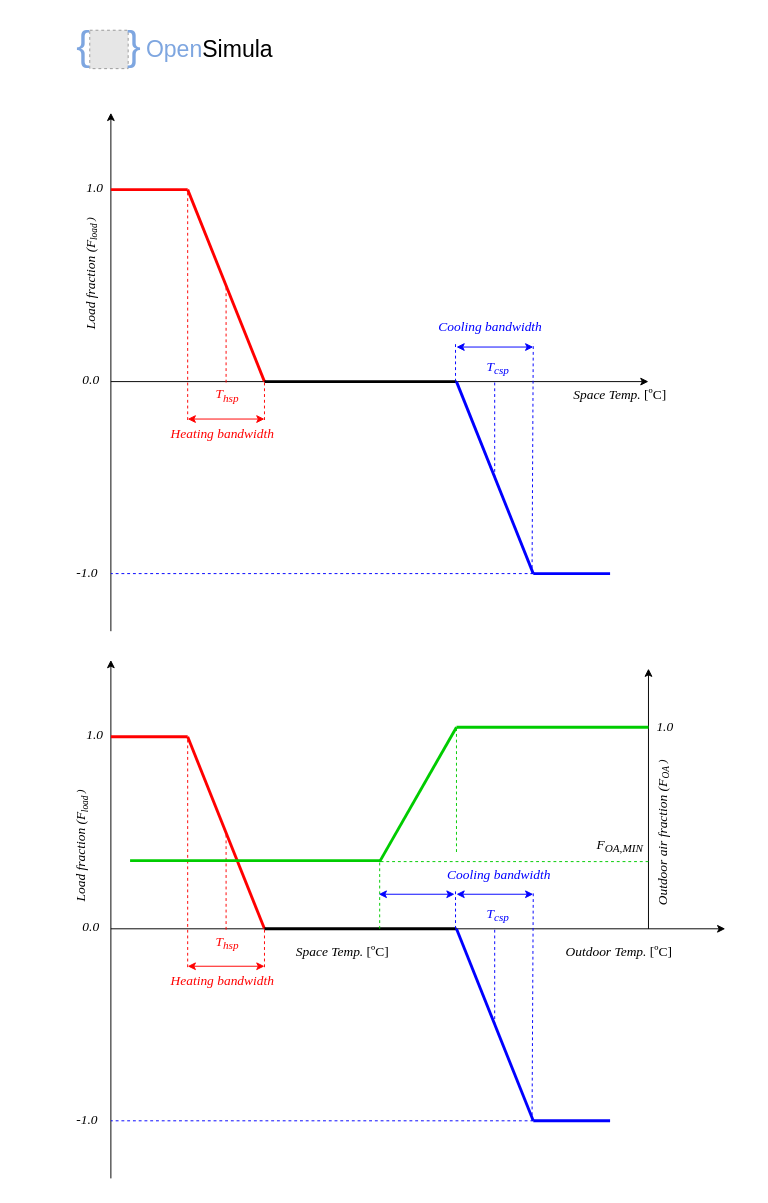
jfCoronel/OpenSimula keeps this draw.io diagram as mkdocs/draws/HVAC_draws.drawio. Above is the earlier version. Source tidied: cells renumbered, new cells numbered last; positions are measured from the earlier drawing's top-left corner, leaving out a move shared by most shapes. Both pictures are drawn from the tidied source at 96%, with x=0, y=0 at pixel (16, 16). Pictures stored in the file or linked from it are replaced by grey dashed boxes.
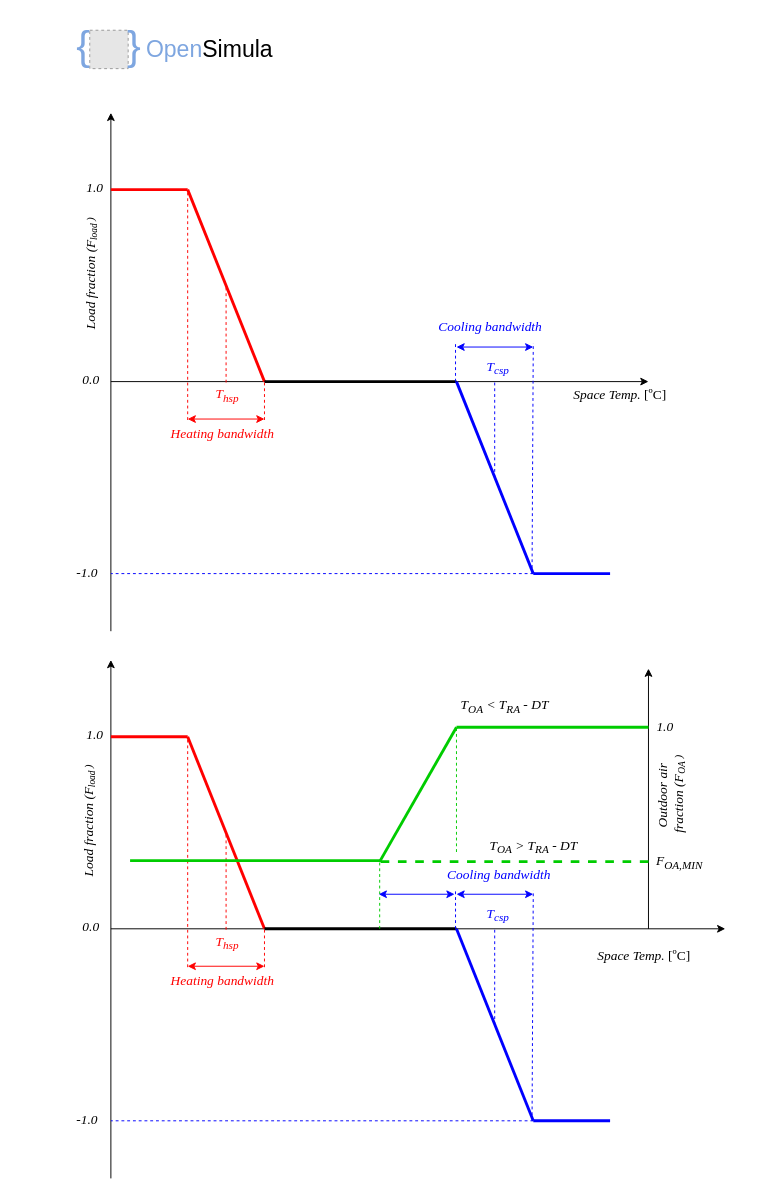
The same diagram, later.

Diff of the diagram source:
```diff
@@
     <mxCell id="43" value="&lt;font face=&quot;Times New Roman&quot;&gt;&lt;span style=&quot;font-size: 14px;&quot;&gt;&lt;i&gt;Space Temp. &lt;/i&gt;[ºC]&lt;/span&gt;&lt;/font&gt;" style="text;html=1;align=center;verticalAlign=middle;strokeColor=none;fillColor=none;" parent="1" vertex="1">
-      <mxGeometry x="279" y="960" width="120" height="30" as="geometry" />
+      <mxGeometry x="593" y="964" width="120" height="30" as="geometry" />
     </mxCell>
@@
     <mxCell id="55" value="&lt;font face=&quot;Times New Roman&quot;&gt;&lt;i style=&quot;&quot;&gt;&lt;span style=&quot;font-size: 14px;&quot;&gt;Load fraction (F&lt;/span&gt;&lt;span style=&quot;font-size: 11.6667px;&quot;&gt;&lt;sub&gt;load&amp;nbsp;&lt;/sub&gt;)&lt;/span&gt;&lt;/i&gt;&lt;/font&gt;" style="text;html=1;align=center;verticalAlign=middle;strokeColor=none;fillColor=none;textDirection=vertical-lr;rotation=-180;" parent="1" vertex="1">
-      <mxGeometry x="-0.5" y="836" width="140" height="30" as="geometry" />
+      <mxGeometry x="7" y="810" width="140" height="30" as="geometry" />
     </mxCell>
@@
-    <mxCell id="57" value="&lt;font face=&quot;Times New Roman&quot;&gt;&lt;i style=&quot;&quot;&gt;&lt;span style=&quot;font-size: 14px;&quot;&gt;Outdoor air fraction (F&lt;/span&gt;&lt;span style=&quot;font-size: 11.6667px;&quot;&gt;&lt;sub&gt;OA&lt;/sub&gt;&amp;nbsp;)&lt;/span&gt;&lt;/i&gt;&lt;/font&gt;" style="text;html=1;align=center;verticalAlign=middle;strokeColor=none;fillColor=none;textDirection=vertical-rl;rotation=-180;" parent="1" vertex="1">
-      <mxGeometry x="585" y="823" width="180" height="30" as="geometry" />
+    <mxCell id="57" value="&lt;font face=&quot;Times New Roman&quot;&gt;&lt;i style=&quot;&quot;&gt;&lt;span style=&quot;font-size: 14px;&quot;&gt;Outdoor air&lt;/span&gt;&lt;/i&gt;&lt;/font&gt;&lt;div&gt;&lt;font face=&quot;Times New Roman&quot;&gt;&lt;i style=&quot;&quot;&gt;&lt;span style=&quot;font-size: 14px;&quot;&gt;&amp;nbsp;fraction (F&lt;/span&gt;&lt;span style=&quot;font-size: 11.6667px;&quot;&gt;&lt;sub&gt;OA&lt;/sub&gt;&amp;nbsp;)&lt;/span&gt;&lt;/i&gt;&lt;/font&gt;&lt;/div&gt;" style="text;html=1;align=center;verticalAlign=middle;strokeColor=none;fillColor=none;textDirection=vertical-rl;rotation=-180;" parent="1" vertex="1">
+      <mxGeometry x="628" y="764" width="110" height="50" as="geometry" />
     </mxCell>
@@
-    <mxCell id="62" style="endArrow=none;dashed=1;html=1;rounded=0;strokeColor=#00CC00;" parent="1" edge="1">
+    <mxCell id="62" style="endArrow=none;dashed=1;html=1;rounded=0;strokeColor=#00CC00;strokeWidth=3;" parent="1" edge="1">
       <mxGeometry relative="1" as="geometry">
         <mxPoint x="658" y="880" as="sourcePoint" />
         <mxPoint x="378" y="880" as="targetPoint" />
       </mxGeometry>
     </mxCell>
@@
     <mxCell id="64" value="&lt;font face=&quot;Times New Roman&quot;&gt;&lt;span style=&quot;font-size: 14px;&quot;&gt;&lt;i&gt;F&lt;sub&gt;OA,MIN&lt;/sub&gt;&lt;/i&gt;&lt;/span&gt;&lt;/font&gt;" style="text;html=1;align=center;verticalAlign=middle;strokeColor=none;fillColor=none;" parent="1" vertex="1">
-      <mxGeometry x="593" y="849" width="70" height="30" as="geometry" />
+      <mxGeometry x="655" y="866" width="70" height="30" as="geometry" />
     </mxCell>
@@
-    <mxCell id="67" value="&lt;font face=&quot;Times New Roman&quot;&gt;&lt;span style=&quot;font-size: 14px;&quot;&gt;&lt;i&gt;Outdoor Temp. &lt;/i&gt;[ºC]&lt;/span&gt;&lt;/font&gt;" style="text;html=1;align=center;verticalAlign=middle;strokeColor=none;fillColor=none;" parent="1" vertex="1">
-      <mxGeometry x="562" y="960" width="130" height="30" as="geometry" />
-    </mxCell>
+    <mxCell id="68" value="&lt;font face=&quot;Times New Roman&quot;&gt;&lt;span style=&quot;font-size: 14px;&quot;&gt;&lt;i&gt;T&lt;sub&gt;OA&lt;/sub&gt;&amp;nbsp;&amp;lt; T&lt;sub&gt;RA&lt;/sub&gt;&amp;nbsp;- DT&lt;/i&gt;&lt;/span&gt;&lt;/font&gt;" style="text;html=1;align=center;verticalAlign=middle;strokeColor=none;fillColor=none;" parent="1" vertex="1">
+      <mxGeometry x="453" y="704" width="110" height="30" as="geometry" />
+    </mxCell>
+    <mxCell id="69" value="&lt;font face=&quot;Times New Roman&quot;&gt;&lt;span style=&quot;font-size: 14px;&quot;&gt;&lt;i&gt;T&lt;sub&gt;OA&lt;/sub&gt;&amp;nbsp;&amp;gt; T&lt;sub&gt;RA&lt;/sub&gt;&amp;nbsp;- DT&lt;/i&gt;&lt;/span&gt;&lt;/font&gt;" style="text;html=1;align=center;verticalAlign=middle;strokeColor=none;fillColor=none;" parent="1" vertex="1">
+      <mxGeometry x="483" y="850" width="110" height="30" as="geometry" />
+    </mxCell>
```
